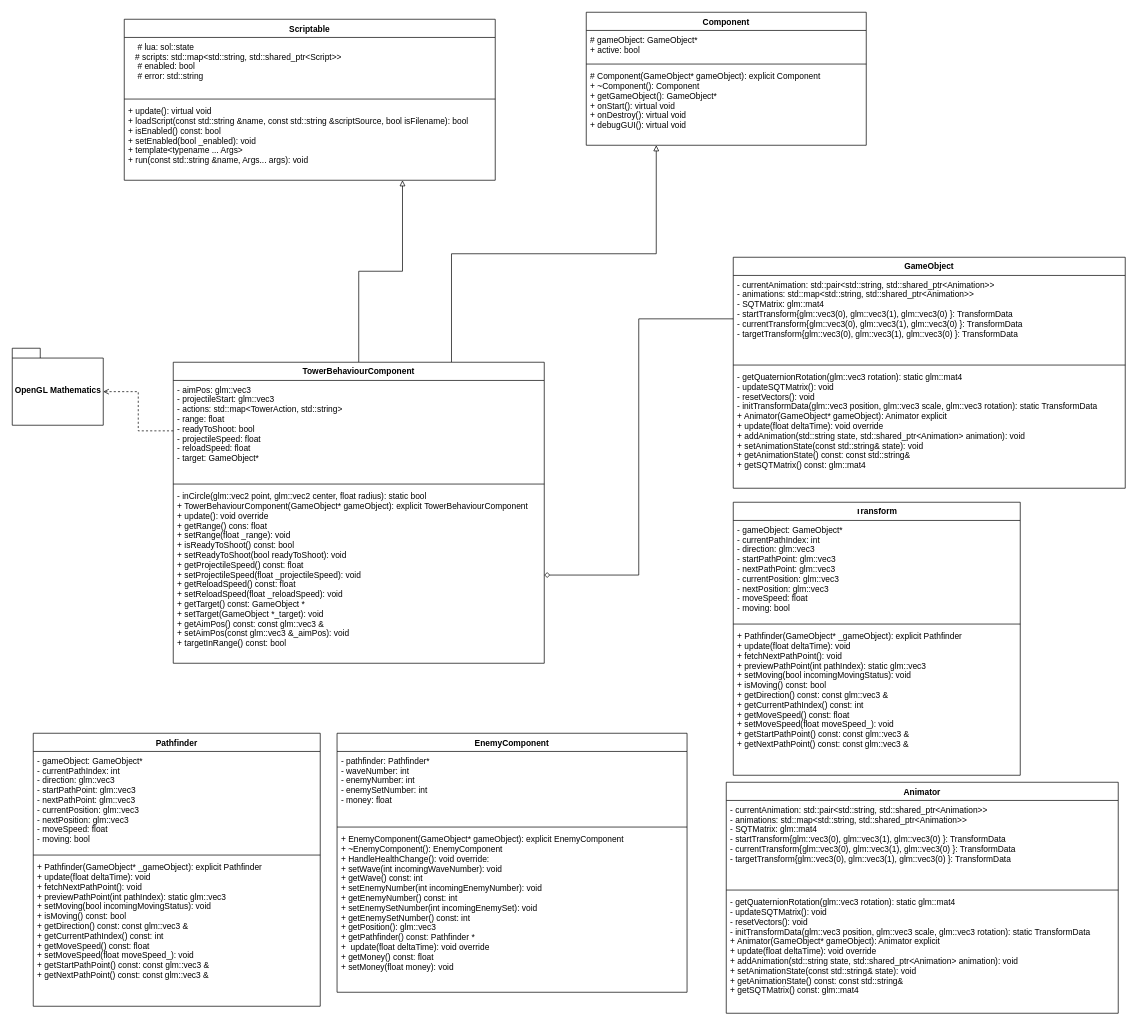
This is SRE_project/docs/diagrams/TowerBehaviour.drawio from Thanamus/SkullbasherTD, a draw.io file, before an edit. Source tidied: cells renumbered, new cells numbered last; positions are measured from the earlier drawing's top-left corner, leaving out a move shared by most shapes. Both pictures are drawn from the tidied source at 70%, with x=0, y=0 at pixel (12, 12).
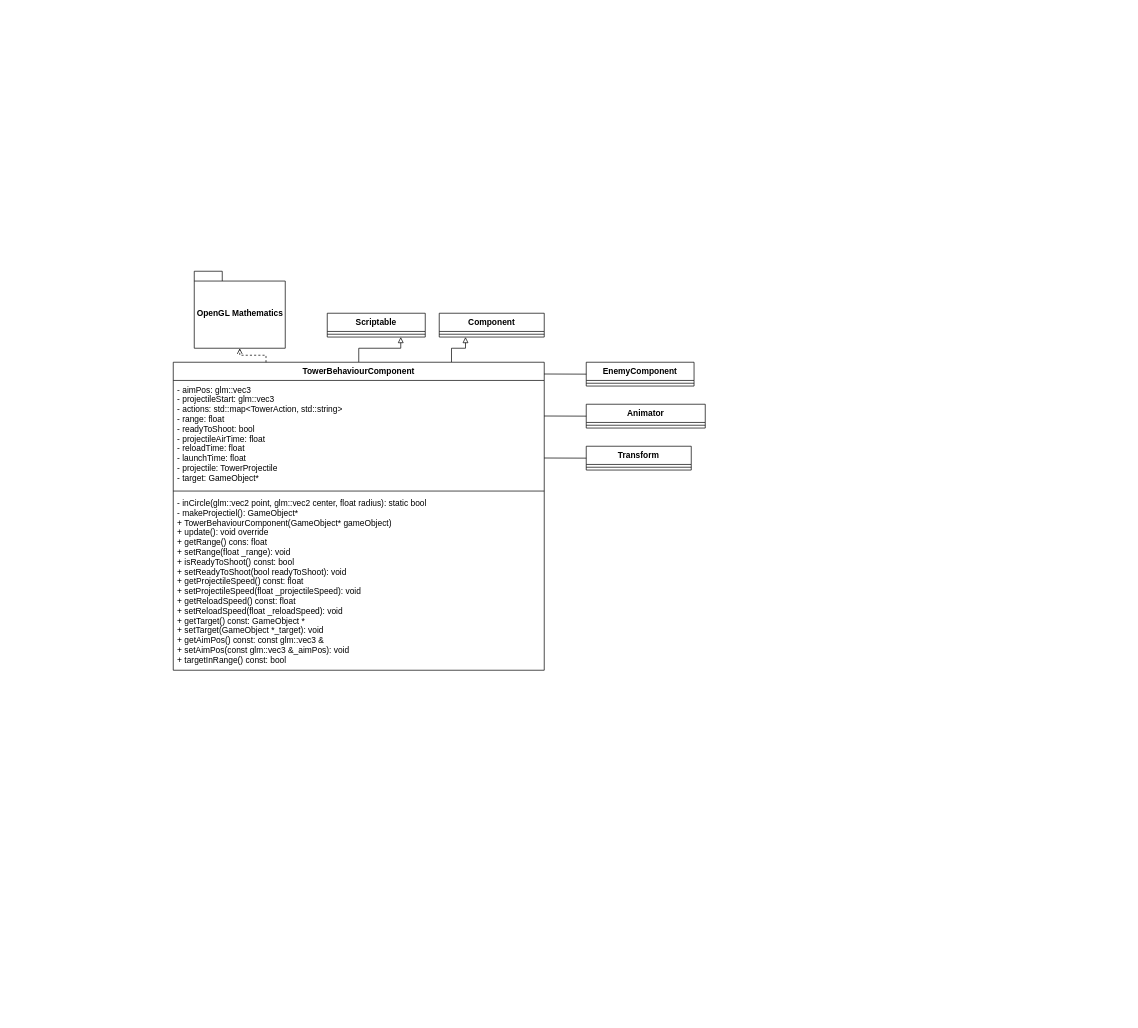
The same diagram, later.

Diff of the diagram source:
```diff
@@
     <mxCell id="4" value="TowerBehaviourComponent" style="swimlane;fontStyle=1;align=center;verticalAlign=top;horizontal=1;startSize=26;" parent="1" vertex="1">
-      <mxGeometry x="230" y="500" width="530" height="430" as="geometry" />
+      <mxGeometry x="230" y="500" width="530" height="440" as="geometry" />
     </mxCell>
-    <mxCell id="5" value="- aimPos: glm::vec3&#10;- projectileStart: glm::vec3&#10;- actions: std::map&lt;TowerAction, std::string&gt; &#10;- range: float &#10;- readyToShoot: bool&#10;- projectileSpeed: float&#10;- reloadSpeed: float&#10;- target: GameObject*&#10;" style="text;strokeColor=none;fillColor=none;align=left;verticalAlign=top;spacingLeft=4;spacingRight=4;overflow=hidden;points=[[0,0.5],[1,0.5]];portConstraint=eastwest;" parent="4" vertex="1">
-      <mxGeometry y="26" width="530" height="144" as="geometry" />
+    <mxCell id="5" value="- aimPos: glm::vec3&#10;- projectileStart: glm::vec3&#10;- actions: std::map&lt;TowerAction, std::string&gt; &#10;- range: float &#10;- readyToShoot: bool&#10;- projectileAirTime: float&#10;- reloadTime: float&#10;- launchTime: float&#10;- projectile: TowerProjectile&#10;- target: GameObject*&#10;" style="text;strokeColor=none;fillColor=none;align=left;verticalAlign=top;spacingLeft=4;spacingRight=4;overflow=hidden;points=[[0,0.5],[1,0.5]];portConstraint=eastwest;" parent="4" vertex="1">
+      <mxGeometry y="26" width="530" height="154" as="geometry" />
     </mxCell>
     <mxCell id="6" style="line;strokeWidth=1;fillColor=none;align=left;verticalAlign=middle;spacingTop=-1;spacingLeft=3;spacingRight=3;labelPosition=right;" parent="4" vertex="1">
-      <mxGeometry y="170" width="530" height="8" as="geometry" />
+      <mxGeometry y="180" width="530" height="8" as="geometry" />
     </mxCell>
-    <mxCell id="7" value="- inCircle(glm::vec2 point, glm::vec2 center, float radius): static bool &#10;+ TowerBehaviourComponent(GameObject* gameObject): explicit TowerBehaviourComponent&#10;+ update(): void override&#10;+ getRange() cons: float &#10;+ setRange(float _range): void &#10;+ isReadyToShoot() const: bool &#10;+ setReadyToShoot(bool readyToShoot): void &#10;+ getProjectileSpeed() const: float &#10;+ setProjectileSpeed(float _projectileSpeed): void &#10;+ getReloadSpeed() const: float &#10;+ setReloadSpeed(float _reloadSpeed): void &#10;+ getTarget() const: GameObject *&#10;+ setTarget(GameObject *_target): void &#10;+ getAimPos() const: const glm::vec3 &amp;&#10;+ setAimPos(const glm::vec3 &amp;_aimPos): void &#10;+ targetInRange() const: bool " style="text;strokeColor=none;fillColor=none;align=left;verticalAlign=top;spacingLeft=4;spacingRight=4;overflow=hidden;points=[[0,0.5],[1,0.5]];portConstraint=eastwest;fontStyle=0;" parent="4" vertex="1">
-      <mxGeometry y="178" width="530" height="252" as="geometry" />
+    <mxCell id="7" value="- inCircle(glm::vec2 point, glm::vec2 center, float radius): static bool &#10;- makeProjectiel(): GameObject*&#10;+ TowerBehaviourComponent(GameObject* gameObject)&#10;+ update(): void override&#10;+ getRange() cons: float &#10;+ setRange(float _range): void &#10;+ isReadyToShoot() const: bool &#10;+ setReadyToShoot(bool readyToShoot): void &#10;+ getProjectileSpeed() const: float &#10;+ setProjectileSpeed(float _projectileSpeed): void &#10;+ getReloadSpeed() const: float &#10;+ setReloadSpeed(float _reloadSpeed): void &#10;+ getTarget() const: GameObject *&#10;+ setTarget(GameObject *_target): void &#10;+ getAimPos() const: const glm::vec3 &amp;&#10;+ setAimPos(const glm::vec3 &amp;_aimPos): void &#10;+ targetInRange() const: bool " style="text;strokeColor=none;fillColor=none;align=left;verticalAlign=top;spacingLeft=4;spacingRight=4;overflow=hidden;points=[[0,0.5],[1,0.5]];portConstraint=eastwest;fontStyle=0;" parent="4" vertex="1">
+      <mxGeometry y="188" width="530" height="252" as="geometry" />
     </mxCell>
-    <mxCell id="8" value="GameObject" style="swimlane;fontStyle=1;align=center;verticalAlign=top;horizontal=1;startSize=26;" parent="1" vertex="1">
-      <mxGeometry x="1030" y="350" width="560" height="330" as="geometry" />
-    </mxCell>
-    <mxCell id="9" value="- currentAnimation: std::pair&lt;std::string, std::shared_ptr&lt;Animation&gt;&gt;&#10;- animations: std::map&lt;std::string, std::shared_ptr&lt;Animation&gt;&gt;&#10;- SQTMatrix: glm::mat4&#10;- startTransform{glm::vec3(0), glm::vec3(1), glm::vec3(0) }: TransformData&#10;- currentTransform{glm::vec3(0), glm::vec3(1), glm::vec3(0) }: TransformData&#10;- targetTransform{glm::vec3(0), glm::vec3(1), glm::vec3(0) }: TransformData&#10;" style="text;strokeColor=none;fillColor=none;align=left;verticalAlign=top;spacingLeft=4;spacingRight=4;overflow=hidden;points=[[0,0.5],[1,0.5]];portConstraint=eastwest;" parent="8" vertex="1">
-      <mxGeometry y="26" width="560" height="124" as="geometry" />
-    </mxCell>
-    <mxCell id="10" style="line;strokeWidth=1;fillColor=none;align=left;verticalAlign=middle;spacingTop=-1;spacingLeft=3;spacingRight=3;labelPosition=right;" parent="8" vertex="1">
-      <mxGeometry y="150" width="560" height="8" as="geometry" />
-    </mxCell>
-    <mxCell id="11" value="- getQuaternionRotation(glm::vec3 rotation): static glm::mat4&#10;- updateSQTMatrix(): void &#10;- resetVectors(): void &#10;- initTransformData(glm::vec3 position, glm::vec3 scale, glm::vec3 rotation): static TransformData&#10;+ Animator(GameObject* gameObject): Animator explicit &#10;+ update(float deltaTime): void override&#10;+ addAnimation(std::string state, std::shared_ptr&lt;Animation&gt; animation): void &#10;+ setAnimationState(const std::string&amp; state): void &#10;+ getAnimationState() const: const std::string&amp; &#10;+ getSQTMatrix() const: glm::mat4 " style="text;strokeColor=none;fillColor=none;align=left;verticalAlign=top;spacingLeft=4;spacingRight=4;overflow=hidden;fontStyle=0;" parent="8" vertex="1">
-      <mxGeometry y="158" width="560" height="172" as="geometry" />
-    </mxCell>
-    <mxCell id="12" style="edgeStyle=orthogonalEdgeStyle;rounded=0;jettySize=auto;html=1;exitX=0;exitY=0.5;exitDx=0;exitDy=0;entryX=1;entryY=0.5;entryDx=0;entryDy=0;endArrow=diamond;endFill=0;" parent="1" edge="1" source="9" target="7">
-      <mxGeometry relative="1" as="geometry" />
-    </mxCell>
     <mxCell id="13" value="Transform" style="swimlane;fontStyle=1;align=center;verticalAlign=top;horizontal=1;startSize=26;" parent="1" vertex="1">
-      <mxGeometry x="1030" y="700" width="410" height="390" as="geometry" />
+      <mxGeometry x="820" y="620" width="150" height="34" as="geometry" />
     </mxCell>
-    <mxCell id="14" value="- gameObject: GameObject* &#10;- currentPathIndex: int &#10;- direction: glm::vec3 &#10;- startPathPoint: glm::vec3&#10;- nextPathPoint: glm::vec3 &#10;- currentPosition: glm::vec3&#10;- nextPosition: glm::vec3&#10;- moveSpeed: float &#10;- moving: bool " style="text;strokeColor=none;fillColor=none;align=left;verticalAlign=top;spacingLeft=4;spacingRight=4;overflow=hidden;" parent="13" vertex="1">
-      <mxGeometry y="26" width="410" height="144" as="geometry" />
-    </mxCell>
     <mxCell id="15" style="line;strokeWidth=1;fillColor=none;align=left;verticalAlign=middle;spacingTop=-1;spacingLeft=3;spacingRight=3;labelPosition=right;" parent="13" vertex="1">
-      <mxGeometry y="170" width="410" height="8" as="geometry" />
+      <mxGeometry y="26" width="150" height="8" as="geometry" />
     </mxCell>
-    <mxCell id="16" value="+ Pathfinder(GameObject* _gameObject): explicit Pathfinder&#10;+ update(float deltaTime): void &#10;+ fetchNextPathPoint(): void &#10;+ previewPathPoint(int pathIndex): static glm::vec3&#10;+ setMoving(bool incomingMovingStatus): void &#10;+ isMoving() const: bool &#10;+ getDirection() const: const glm::vec3 &amp;&#10;+ getCurrentPathIndex() const: int &#10;+ getMoveSpeed() const: float &#10;+ setMoveSpeed(float moveSpeed_): void &#10;+ getStartPathPoint() const: const glm::vec3 &amp;&#10;+ getNextPathPoint() const: const glm::vec3 &amp;" style="text;strokeColor=none;fillColor=none;align=left;verticalAlign=top;spacingLeft=4;spacingRight=4;overflow=hidden;fontStyle=0;" parent="13" vertex="1">
-      <mxGeometry y="178" width="410" height="212" as="geometry" />
-    </mxCell>
     <mxCell id="17" value="Scriptable" style="swimlane;fontStyle=1;align=center;verticalAlign=top;horizontal=1;startSize=26;" parent="1" vertex="1">
-      <mxGeometry x="160" y="10" width="530" height="230" as="geometry" />
+      <mxGeometry x="450" y="430" width="140" height="34" as="geometry" />
     </mxCell>
-    <mxCell id="18" value="    # lua: sol::state&#10;   # scripts: std::map&lt;std::string, std::shared_ptr&lt;Script&gt;&gt;&#10;    # enabled: bool &#10;    # error: std::string " style="text;strokeColor=none;fillColor=none;align=left;verticalAlign=top;spacingLeft=4;spacingRight=4;overflow=hidden;" parent="17" vertex="1">
-      <mxGeometry y="26" width="530" height="84" as="geometry" />
-    </mxCell>
     <mxCell id="19" style="line;strokeWidth=1;fillColor=none;align=left;verticalAlign=middle;spacingTop=-1;spacingLeft=3;spacingRight=3;labelPosition=right;" parent="17" vertex="1">
-      <mxGeometry y="110" width="530" height="8" as="geometry" />
+      <mxGeometry y="26" width="140" height="8" as="geometry" />
     </mxCell>
-    <mxCell id="20" value="+ update(): virtual void &#10;+ loadScript(const std::string &amp;name, const std::string &amp;scriptSource, bool isFilename): bool&#10;+ isEnabled() const: bool &#10;+ setEnabled(bool _enabled): void&#10;+ template&lt;typename ... Args&gt;&#10;+ run(const std::string &amp;name, Args... args): void " style="text;strokeColor=none;fillColor=none;align=left;verticalAlign=top;spacingLeft=4;spacingRight=4;overflow=hidden;fontStyle=0;" parent="17" vertex="1">
-      <mxGeometry y="118" width="530" height="112" as="geometry" />
-    </mxCell>
     <mxCell id="21" value="Component" style="swimlane;fontStyle=1;align=center;verticalAlign=top;horizontal=1;startSize=26;" parent="1" vertex="1">
-      <mxGeometry x="820" width="400" height="190" as="geometry" />
+      <mxGeometry x="610" y="430" width="150" height="34" as="geometry" />
     </mxCell>
-    <mxCell id="22" value="# gameObject: GameObject*&#10;+ active: bool &#10;&#10;" style="text;strokeColor=none;fillColor=none;align=left;verticalAlign=top;spacingLeft=4;spacingRight=4;overflow=hidden;" parent="21" vertex="1">
-      <mxGeometry y="26" width="400" height="44" as="geometry" />
-    </mxCell>
     <mxCell id="23" style="line;strokeWidth=1;fillColor=none;align=left;verticalAlign=middle;spacingTop=-1;spacingLeft=3;spacingRight=3;labelPosition=right;" parent="21" vertex="1">
-      <mxGeometry y="70" width="400" height="8" as="geometry" />
+      <mxGeometry y="26" width="150" height="8" as="geometry" />
     </mxCell>
-    <mxCell id="24" value="# Component(GameObject* gameObject): explicit Component&#10;+ ~Component(): Component&#10;+ getGameObject(): GameObject* &#10;+ onStart(): virtual void &#10;+ onDestroy(): virtual void&#10;+ debugGUI(): virtual void " style="text;strokeColor=none;fillColor=none;align=left;verticalAlign=top;spacingLeft=4;spacingRight=4;overflow=hidden;fontStyle=0;" parent="21" vertex="1">
-      <mxGeometry y="78" width="400" height="112" as="geometry" />
-    </mxCell>
     <mxCell id="25" value="OpenGL Mathematics" style="shape=folder;fontStyle=1;spacingTop=10;tabWidth=40;tabHeight=14;tabPosition=left;html=1;" parent="1" vertex="1">
-      <mxGeometry y="480" width="130" height="110" as="geometry" />
+      <mxGeometry x="260" y="370" width="130" height="110" as="geometry" />
     </mxCell>
-    <mxCell id="26" style="edgeStyle=orthogonalEdgeStyle;rounded=0;jettySize=auto;html=1;exitX=0;exitY=0.5;exitDx=0;exitDy=0;entryX=0;entryY=0;entryDx=130;entryDy=62;entryPerimeter=0;endArrow=open;endFill=0;dashed=1;" parent="1" edge="1" source="5" target="25">
-      <mxGeometry relative="1" as="geometry" />
+    <mxCell id="26" style="edgeStyle=orthogonalEdgeStyle;rounded=0;jettySize=auto;html=1;exitX=0.25;exitY=0;exitDx=0;exitDy=0;entryX=0.5;entryY=1;entryDx=0;entryDy=0;entryPerimeter=0;endArrow=open;endFill=0;dashed=1;" parent="1" edge="1" source="4" target="25">
+      <mxGeometry relative="1" as="geometry">
+        <Array as="points">
+          <mxPoint x="363" y="490" />
+          <mxPoint x="325" y="490" />
+        </Array>
+      </mxGeometry>
     </mxCell>
     <mxCell id="27" value="Animator" style="swimlane;fontStyle=1;align=center;verticalAlign=top;horizontal=1;startSize=26;" parent="1" vertex="1">
-      <mxGeometry x="1020" y="1100" width="560" height="330" as="geometry" />
+      <mxGeometry x="820" y="560" width="170" height="34" as="geometry" />
     </mxCell>
-    <mxCell id="28" value="- currentAnimation: std::pair&lt;std::string, std::shared_ptr&lt;Animation&gt;&gt;&#10;- animations: std::map&lt;std::string, std::shared_ptr&lt;Animation&gt;&gt;&#10;- SQTMatrix: glm::mat4&#10;- startTransform{glm::vec3(0), glm::vec3(1), glm::vec3(0) }: TransformData&#10;- currentTransform{glm::vec3(0), glm::vec3(1), glm::vec3(0) }: TransformData&#10;- targetTransform{glm::vec3(0), glm::vec3(1), glm::vec3(0) }: TransformData&#10;" style="text;strokeColor=none;fillColor=none;align=left;verticalAlign=top;spacingLeft=4;spacingRight=4;overflow=hidden;" parent="27" vertex="1">
-      <mxGeometry y="26" width="560" height="124" as="geometry" />
-    </mxCell>
     <mxCell id="29" style="line;strokeWidth=1;fillColor=none;align=left;verticalAlign=middle;spacingTop=-1;spacingLeft=3;spacingRight=3;labelPosition=right;" parent="27" vertex="1">
-      <mxGeometry y="150" width="560" height="8" as="geometry" />
+      <mxGeometry y="26" width="170" height="8" as="geometry" />
     </mxCell>
-    <mxCell id="30" value="- getQuaternionRotation(glm::vec3 rotation): static glm::mat4&#10;- updateSQTMatrix(): void &#10;- resetVectors(): void &#10;- initTransformData(glm::vec3 position, glm::vec3 scale, glm::vec3 rotation): static TransformData&#10;+ Animator(GameObject* gameObject): Animator explicit &#10;+ update(float deltaTime): void override&#10;+ addAnimation(std::string state, std::shared_ptr&lt;Animation&gt; animation): void &#10;+ setAnimationState(const std::string&amp; state): void &#10;+ getAnimationState() const: const std::string&amp; &#10;+ getSQTMatrix() const: glm::mat4 " style="text;strokeColor=none;fillColor=none;align=left;verticalAlign=top;spacingLeft=4;spacingRight=4;overflow=hidden;fontStyle=0;" parent="27" vertex="1">
-      <mxGeometry y="158" width="560" height="172" as="geometry" />
-    </mxCell>
     <mxCell id="31" value="EnemyComponent" style="swimlane;fontStyle=1;align=center;verticalAlign=top;horizontal=1;startSize=26;" parent="1" vertex="1">
-      <mxGeometry x="464" y="1030" width="500" height="370" as="geometry" />
+      <mxGeometry x="820" y="500" width="154" height="34" as="geometry" />
     </mxCell>
-    <mxCell id="32" value="- pathfinder: Pathfinder* &#10;- waveNumber: int &#10;- enemyNumber: int &#10;- enemySetNumber: int &#10;- money: float " style="text;strokeColor=none;fillColor=none;align=left;verticalAlign=top;spacingLeft=4;spacingRight=4;overflow=hidden;" parent="31" vertex="1">
-      <mxGeometry y="26" width="500" height="104" as="geometry" />
-    </mxCell>
     <mxCell id="33" style="line;strokeWidth=1;fillColor=none;align=left;verticalAlign=middle;spacingTop=-1;spacingLeft=3;spacingRight=3;labelPosition=right;" parent="31" vertex="1">
-      <mxGeometry y="130" width="500" height="8" as="geometry" />
+      <mxGeometry y="26" width="154" height="8" as="geometry" />
     </mxCell>
-    <mxCell id="34" value="+ EnemyComponent(GameObject* gameObject): explicit EnemyComponent&#10;+ ~EnemyComponent(): EnemyComponent&#10;+ HandleHealthChange(): void override:&#10;+ setWave(int incomingWaveNumber): void&#10;+ getWave() const: int &#10;+ setEnemyNumber(int incomingEnemyNumber): void &#10;+ getEnemyNumber() const: int &#10;+ setEnemySetNumber(int incomingEnemySet): void &#10;+ getEnemySetNumber() const: int &#10;+ getPosition(): glm::vec3 &#10;+ getPathfinder() const: Pathfinder *&#10;+  update(float deltaTime): void override&#10;+ getMoney() const: float&#10;+ setMoney(float money): void " style="text;strokeColor=none;fillColor=none;align=left;verticalAlign=top;spacingLeft=4;spacingRight=4;overflow=hidden;fontStyle=0;" parent="31" vertex="1">
-      <mxGeometry y="138" width="500" height="232" as="geometry" />
-    </mxCell>
-    <mxCell id="35" value="Pathfinder" style="swimlane;fontStyle=1;align=center;verticalAlign=top;horizontal=1;startSize=26;" parent="1" vertex="1">
-      <mxGeometry x="30" y="1030" width="410" height="390" as="geometry" />
-    </mxCell>
-    <mxCell id="36" value="- gameObject: GameObject* &#10;- currentPathIndex: int &#10;- direction: glm::vec3 &#10;- startPathPoint: glm::vec3&#10;- nextPathPoint: glm::vec3 &#10;- currentPosition: glm::vec3&#10;- nextPosition: glm::vec3&#10;- moveSpeed: float &#10;- moving: bool " style="text;strokeColor=none;fillColor=none;align=left;verticalAlign=top;spacingLeft=4;spacingRight=4;overflow=hidden;" parent="35" vertex="1">
-      <mxGeometry y="26" width="410" height="144" as="geometry" />
-    </mxCell>
-    <mxCell id="37" style="line;strokeWidth=1;fillColor=none;align=left;verticalAlign=middle;spacingTop=-1;spacingLeft=3;spacingRight=3;labelPosition=right;" parent="35" vertex="1">
-      <mxGeometry y="170" width="410" height="8" as="geometry" />
-    </mxCell>
-    <mxCell id="38" value="+ Pathfinder(GameObject* _gameObject): explicit Pathfinder&#10;+ update(float deltaTime): void &#10;+ fetchNextPathPoint(): void &#10;+ previewPathPoint(int pathIndex): static glm::vec3&#10;+ setMoving(bool incomingMovingStatus): void &#10;+ isMoving() const: bool &#10;+ getDirection() const: const glm::vec3 &amp;&#10;+ getCurrentPathIndex() const: int &#10;+ getMoveSpeed() const: float &#10;+ setMoveSpeed(float moveSpeed_): void &#10;+ getStartPathPoint() const: const glm::vec3 &amp;&#10;+ getNextPathPoint() const: const glm::vec3 &amp;" style="text;strokeColor=none;fillColor=none;align=left;verticalAlign=top;spacingLeft=4;spacingRight=4;overflow=hidden;fontStyle=0;" parent="35" vertex="1">
-      <mxGeometry y="178" width="410" height="212" as="geometry" />
-    </mxCell>
+    <mxCell id="39" style="endArrow=none;html=1;entryX=0;entryY=0.5;entryDx=0;entryDy=0;" parent="1" edge="1" target="13">
+      <mxGeometry relative="1" as="geometry">
+        <mxPoint x="760" y="636.8" as="sourcePoint" />
+      </mxGeometry>
+    </mxCell>
+    <mxCell id="40" style="endArrow=none;html=1;entryX=0;entryY=0.5;entryDx=0;entryDy=0;" parent="1" edge="1">
+      <mxGeometry relative="1" as="geometry">
+        <mxPoint x="760" y="576.8" as="sourcePoint" />
+        <mxPoint x="820" y="577" as="targetPoint" />
+      </mxGeometry>
+    </mxCell>
+    <mxCell id="41" style="endArrow=none;html=1;entryX=0;entryY=0.5;entryDx=0;entryDy=0;" parent="1" edge="1">
+      <mxGeometry relative="1" as="geometry">
+        <mxPoint x="760" y="516.8" as="sourcePoint" />
+        <mxPoint x="820" y="517" as="targetPoint" />
+      </mxGeometry>
+    </mxCell>
```
